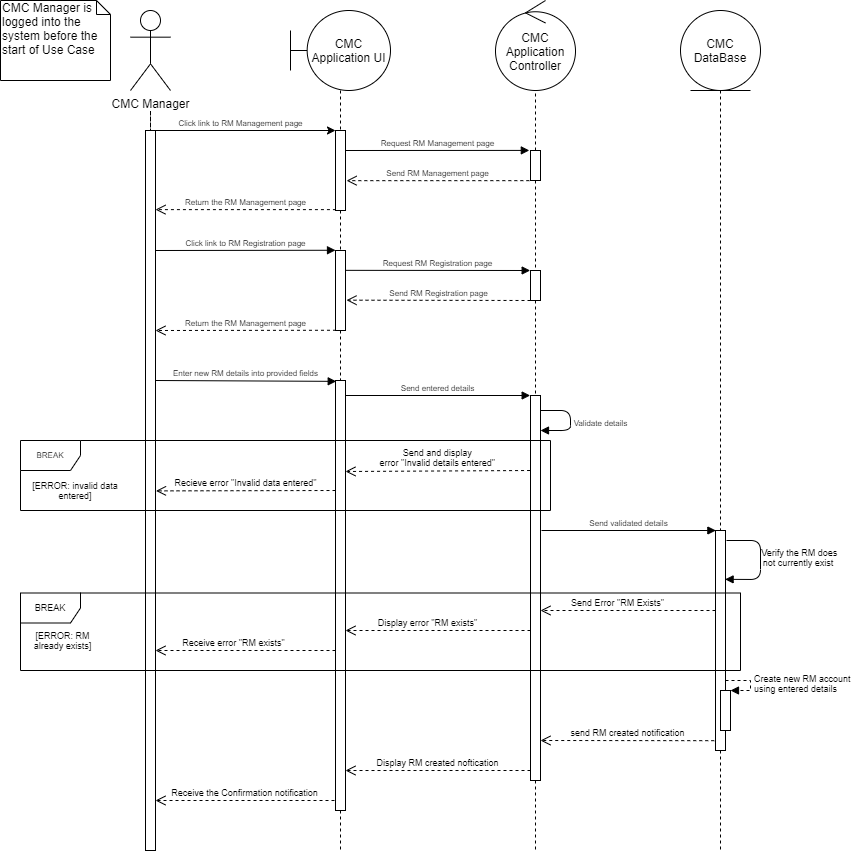
MikhailFedulov/31257_G3 keeps this draw.io diagram as images/Use_Case_303_Sequence_Diagram.png. Above is the earlier version. Source tidied: cells renumbered, new cells last; positions are measured from the earlier drawing's top-left corner, leaving out a move shared by most shapes. The source it was exported from:
```xml
<mxGraphModel background="#ffffff">
  <root>
    <mxCell id="0" />
    <mxCell id="1" parent="0" />
    <mxCell id="2" style="edgeStyle=orthogonalEdgeStyle;rounded=0;jettySize=auto;html=1;endArrow=none;endFill=0;dashed=1;" parent="1" edge="1" target="6">
      <mxGeometry relative="1" as="geometry">
        <mxPoint x="150" y="110" as="sourcePoint" />
      </mxGeometry>
    </mxCell>
    <mxCell id="3" value="CMC Manager" style="shape=umlActor;verticalLabelPosition=bottom;labelBackgroundColor=#ffffff;verticalAlign=top;html=1;" parent="1" vertex="1">
      <mxGeometry x="130" y="10" width="40" height="80" as="geometry" />
    </mxCell>
    <mxCell id="4" style="edgeStyle=orthogonalEdgeStyle;rounded=0;jettySize=auto;html=1;dashed=1;endArrow=none;endFill=0;" parent="1" edge="1" source="5" target="8">
      <mxGeometry relative="1" as="geometry" />
    </mxCell>
    <mxCell id="5" value="CMC Application UI" style="shape=umlBoundary;whiteSpace=wrap;html=1;" parent="1" vertex="1">
      <mxGeometry x="290" y="10" width="100" height="80" as="geometry" />
    </mxCell>
    <mxCell id="6" style="html=1;points=[];perimeter=orthogonalPerimeter;" parent="1" vertex="1">
      <mxGeometry x="145" y="130" width="10" height="720" as="geometry" />
    </mxCell>
    <mxCell id="7" style="edgeStyle=orthogonalEdgeStyle;rounded=0;jettySize=auto;html=1;endArrow=none;endFill=0;fontSize=8;dashed=1;" parent="1" edge="1" source="8" target="10">
      <mxGeometry relative="1" as="geometry" />
    </mxCell>
    <mxCell id="8" style="html=1;points=[];perimeter=orthogonalPerimeter;" parent="1" vertex="1">
      <mxGeometry x="335" y="130" width="10" height="80" as="geometry" />
    </mxCell>
    <mxCell id="9" style="edgeStyle=orthogonalEdgeStyle;rounded=0;jettySize=auto;html=1;endArrow=none;endFill=0;fontSize=8;dashed=1;" parent="1" edge="1" source="10" target="12">
      <mxGeometry relative="1" as="geometry" />
    </mxCell>
    <mxCell id="10" style="html=1;points=[];perimeter=orthogonalPerimeter;" parent="1" vertex="1">
      <mxGeometry x="335" y="250" width="10" height="80" as="geometry" />
    </mxCell>
    <mxCell id="11" style="edgeStyle=orthogonalEdgeStyle;rounded=0;jettySize=auto;html=1;dashed=1;endArrow=none;endFill=0;fontSize=9;" parent="1" edge="1" source="12">
      <mxGeometry relative="1" as="geometry">
        <mxPoint x="340" y="850" as="targetPoint" />
      </mxGeometry>
    </mxCell>
    <mxCell id="12" style="html=1;points=[];perimeter=orthogonalPerimeter;" parent="1" vertex="1">
      <mxGeometry x="335" y="380" width="10" height="430" as="geometry" />
    </mxCell>
    <mxCell id="13" style="endArrow=classic;html=1;exitX=0.958;exitY=0;exitDx=0;exitDy=0;exitPerimeter=0;" parent="1" edge="1" source="6">
      <mxGeometry relative="1" as="geometry">
        <mxPoint x="335" y="130" as="targetPoint" />
      </mxGeometry>
    </mxCell>
    <mxCell id="14" value="CMC Manager is logged into the system before the start of Use Case" style="shape=note;whiteSpace=wrap;html=1;size=14;verticalAlign=top;align=left;spacingTop=-6;" parent="1" vertex="1">
      <mxGeometry width="110" height="80" as="geometry" />
    </mxCell>
    <mxCell id="15" value="Click link to RM Management page" style="text;html=1;align=center;verticalAlign=middle;fontSize=8;" parent="1" vertex="1">
      <mxGeometry x="170" y="113" width="140" height="20" as="geometry" />
    </mxCell>
    <mxCell id="16" value="Return the RM Management page" style="html=1;verticalAlign=bottom;endArrow=open;dashed=1;endSize=8;fontSize=8;exitX=0.043;exitY=0.989;exitDx=0;exitDy=0;exitPerimeter=0;" parent="1" edge="1" source="8" target="6">
      <mxGeometry relative="1" as="geometry" />
    </mxCell>
    <mxCell id="17" value="Click link to RM Registration page" style="html=1;verticalAlign=bottom;endArrow=block;fontSize=8;entryX=0;entryY=-0.003;entryDx=0;entryDy=0;entryPerimeter=0;" parent="1" edge="1" target="10">
      <mxGeometry relative="1" as="geometry">
        <mxPoint x="155" y="250" as="sourcePoint" />
      </mxGeometry>
    </mxCell>
    <mxCell id="18" value="Return the RM Management page" style="html=1;verticalAlign=bottom;endArrow=open;dashed=1;endSize=8;fontSize=8;exitX=0.048;exitY=0.997;exitDx=0;exitDy=0;exitPerimeter=0;" parent="1" edge="1" source="10">
      <mxGeometry relative="1" as="geometry">
        <mxPoint x="155" y="330" as="targetPoint" />
      </mxGeometry>
    </mxCell>
    <mxCell id="19" value="&lt;font style=&quot;font-size: 12px&quot;&gt;CMC Application Controller&lt;/font&gt;" style="ellipse;shape=umlControl;whiteSpace=wrap;html=1;fontSize=8;" parent="1" vertex="1">
      <mxGeometry x="495" width="80" height="90" as="geometry" />
    </mxCell>
    <mxCell id="20" style="edgeStyle=orthogonalEdgeStyle;rounded=0;jettySize=auto;html=1;dashed=1;endArrow=none;endFill=0;fontSize=8;" parent="1" edge="1" source="22" target="19">
      <mxGeometry relative="1" as="geometry" />
    </mxCell>
    <mxCell id="21" style="edgeStyle=orthogonalEdgeStyle;rounded=0;jettySize=auto;html=1;endArrow=none;endFill=0;fontSize=8;dashed=1;" parent="1" edge="1" source="22" target="24">
      <mxGeometry relative="1" as="geometry" />
    </mxCell>
    <mxCell id="22" style="html=1;points=[];perimeter=orthogonalPerimeter;fontSize=8;" parent="1" vertex="1">
      <mxGeometry x="530" y="150" width="10" height="30" as="geometry" />
    </mxCell>
    <mxCell id="23" style="edgeStyle=orthogonalEdgeStyle;rounded=0;jettySize=auto;html=1;dashed=1;endArrow=none;endFill=0;fontSize=8;" parent="1" edge="1" source="24" target="26">
      <mxGeometry relative="1" as="geometry" />
    </mxCell>
    <mxCell id="24" style="html=1;points=[];perimeter=orthogonalPerimeter;fontSize=8;" parent="1" vertex="1">
      <mxGeometry x="530" y="270" width="10" height="30" as="geometry" />
    </mxCell>
    <mxCell id="25" style="edgeStyle=orthogonalEdgeStyle;rounded=0;jettySize=auto;html=1;dashed=1;endArrow=none;endFill=0;fontSize=9;" parent="1" edge="1" source="26">
      <mxGeometry relative="1" as="geometry">
        <mxPoint x="535" y="850" as="targetPoint" />
      </mxGeometry>
    </mxCell>
    <mxCell id="26" style="html=1;points=[];perimeter=orthogonalPerimeter;fontSize=8;" parent="1" vertex="1">
      <mxGeometry x="530" y="395" width="10" height="385" as="geometry" />
    </mxCell>
    <mxCell id="27" value="Request RM Management page" style="html=1;verticalAlign=bottom;endArrow=block;fontSize=8;entryX=-0.117;entryY=-0.003;entryDx=0;entryDy=0;entryPerimeter=0;" parent="1" edge="1" target="22">
      <mxGeometry relative="1" as="geometry">
        <mxPoint x="345" y="150" as="sourcePoint" />
      </mxGeometry>
    </mxCell>
    <mxCell id="28" value="Send RM Management page" style="html=1;verticalAlign=bottom;endArrow=open;dashed=1;endSize=8;fontSize=8;exitX=-0.117;exitY=1.005;exitDx=0;exitDy=0;exitPerimeter=0;entryX=1.107;entryY=0.627;entryDx=0;entryDy=0;entryPerimeter=0;" parent="1" edge="1" source="22" target="8">
      <mxGeometry relative="1" as="geometry" />
    </mxCell>
    <mxCell id="29" value="Request RM Registration page" style="html=1;verticalAlign=bottom;endArrow=block;fontSize=8;entryX=-0.033;entryY=0;entryDx=0;entryDy=0;entryPerimeter=0;exitX=0.985;exitY=0.248;exitDx=0;exitDy=0;exitPerimeter=0;" parent="1" edge="1" source="10" target="24">
      <mxGeometry relative="1" as="geometry" />
    </mxCell>
    <mxCell id="30" value="Send RM Registration page" style="html=1;verticalAlign=bottom;endArrow=open;dashed=1;endSize=8;fontSize=8;entryX=1.1;entryY=0.621;entryDx=0;entryDy=0;entryPerimeter=0;exitX=0;exitY=1;exitDx=0;exitDy=0;exitPerimeter=0;" parent="1" edge="1" source="24" target="10">
      <mxGeometry relative="1" as="geometry" />
    </mxCell>
    <mxCell id="31" value="Enter new RM details into provided fields" style="html=1;verticalAlign=bottom;endArrow=block;fontSize=8;entryX=0.072;entryY=0.002;entryDx=0;entryDy=0;entryPerimeter=0;" parent="1" edge="1" target="12">
      <mxGeometry relative="1" as="geometry">
        <mxPoint x="155" y="380" as="sourcePoint" />
      </mxGeometry>
    </mxCell>
    <mxCell id="32" style="edgeStyle=orthogonalEdgeStyle;rounded=0;jettySize=auto;html=1;dashed=1;endArrow=none;endFill=0;fontSize=8;" parent="1" edge="1" source="33" target="35">
      <mxGeometry relative="1" as="geometry" />
    </mxCell>
    <mxCell id="33" value="&lt;font style=&quot;font-size: 12px&quot;&gt;CMC DataBase&lt;/font&gt;" style="ellipse;shape=umlEntity;whiteSpace=wrap;html=1;fontSize=8;" parent="1" vertex="1">
      <mxGeometry x="680" y="10" width="80" height="80" as="geometry" />
    </mxCell>
    <mxCell id="34" style="edgeStyle=orthogonalEdgeStyle;rounded=0;jettySize=auto;html=1;dashed=1;endArrow=none;endFill=0;fontSize=9;" parent="1" edge="1" source="35">
      <mxGeometry relative="1" as="geometry">
        <mxPoint x="720" y="850" as="targetPoint" />
      </mxGeometry>
    </mxCell>
    <mxCell id="35" style="html=1;points=[];perimeter=orthogonalPerimeter;fontSize=8;" parent="1" vertex="1">
      <mxGeometry x="715" y="530" width="10" height="220" as="geometry" />
    </mxCell>
    <mxCell id="36" value="Send entered details" style="html=1;verticalAlign=bottom;endArrow=block;fontSize=8;entryX=-0.033;entryY=0;entryDx=0;entryDy=0;entryPerimeter=0;" parent="1" edge="1" target="26">
      <mxGeometry relative="1" as="geometry">
        <mxPoint x="345" y="395" as="sourcePoint" />
      </mxGeometry>
    </mxCell>
    <mxCell id="37" value="Validate details" style="html=1;verticalAlign=bottom;endArrow=block;fontSize=8;" parent="1" edge="1" source="26" target="26">
      <mxGeometry x="0.25" y="-30" relative="1" as="geometry">
        <Array as="points">
          <mxPoint x="570" y="410" />
          <mxPoint x="570" y="430" />
        </Array>
        <mxPoint x="30" y="30" as="offset" />
      </mxGeometry>
    </mxCell>
    <mxCell id="38" value="BREAK" style="shape=umlFrame;whiteSpace=wrap;html=1;fontSize=8;" parent="1" vertex="1">
      <mxGeometry x="20" y="440" width="530" height="70" as="geometry" />
    </mxCell>
    <mxCell id="39" value="[ERROR: invalid data entered]" style="text;html=1;strokeColor=none;fillColor=none;align=center;verticalAlign=middle;whiteSpace=wrap;rounded=0;fontSize=9;" parent="1" vertex="1">
      <mxGeometry x="30" y="480" width="90" height="20" as="geometry" />
    </mxCell>
    <mxCell id="40" value="&lt;span style=&quot;font-size: 8px&quot;&gt;Send validated details&lt;/span&gt;" style="html=1;verticalAlign=bottom;endArrow=block;fontSize=9;entryX=0.037;entryY=0;entryDx=0;entryDy=0;entryPerimeter=0;" parent="1" edge="1" target="35">
      <mxGeometry relative="1" as="geometry">
        <mxPoint x="541" y="530" as="sourcePoint" />
      </mxGeometry>
    </mxCell>
    <mxCell id="41" value="Verify the RM does &lt;br&gt;not currently exist&amp;nbsp;&amp;nbsp;" style="html=1;verticalAlign=bottom;endArrow=block;fontSize=9;entryX=0.961;entryY=0.222;entryDx=0;entryDy=0;entryPerimeter=0;" parent="1" edge="1" target="35">
      <mxGeometry x="0.35" y="-41" relative="1" as="geometry">
        <mxPoint x="726" y="540" as="sourcePoint" />
        <Array as="points">
          <mxPoint x="760" y="540" />
          <mxPoint x="760" y="579" />
        </Array>
        <mxPoint x="40" y="32" as="offset" />
      </mxGeometry>
    </mxCell>
    <mxCell id="42" value="BREAK" style="shape=umlFrame;whiteSpace=wrap;html=1;fontSize=9;" parent="1" vertex="1">
      <mxGeometry x="20" y="592.5" width="720" height="77.5" as="geometry" />
    </mxCell>
    <mxCell id="43" value="Recieve error &quot;Invalid data entered&quot;" style="html=1;verticalAlign=bottom;endArrow=open;dashed=1;endSize=8;fontSize=9;exitX=-0.063;exitY=0.933;exitDx=0;exitDy=0;exitPerimeter=0;entryX=0.986;entryY=0.943;entryDx=0;entryDy=0;entryPerimeter=0;" parent="1" edge="1">
      <mxGeometry relative="1" as="geometry">
        <mxPoint x="335" y="490" as="sourcePoint" />
        <mxPoint x="155.5" y="490.4" as="targetPoint" />
      </mxGeometry>
    </mxCell>
    <mxCell id="44" value="&lt;font style=&quot;font-size: 9px&quot;&gt;Send and display &lt;br&gt;error &quot;Invalid details entered&quot;&amp;nbsp;&lt;/font&gt;" style="html=1;verticalAlign=bottom;endArrow=open;dashed=1;endSize=8;fontSize=7;exitX=-0.017;exitY=0.947;exitDx=0;exitDy=0;exitPerimeter=0;entryX=1.028;entryY=0.914;entryDx=0;entryDy=0;entryPerimeter=0;" parent="1" edge="1">
      <mxGeometry relative="1" as="geometry">
        <mxPoint x="529.5" y="470" as="sourcePoint" />
        <mxPoint x="345" y="471" as="targetPoint" />
      </mxGeometry>
    </mxCell>
    <mxCell id="45" value="Send Error &quot;RM Exists&quot;" style="html=1;verticalAlign=bottom;endArrow=open;dashed=1;endSize=8;fontSize=9;" parent="1" edge="1">
      <mxGeometry x="0.12" relative="1" as="geometry">
        <mxPoint x="715" y="610" as="sourcePoint" />
        <mxPoint x="540" y="610" as="targetPoint" />
      </mxGeometry>
    </mxCell>
    <mxCell id="46" value="Display error &quot;RM exists&quot;" style="html=1;verticalAlign=bottom;endArrow=open;dashed=1;endSize=8;fontSize=9;" parent="1" edge="1">
      <mxGeometry x="0.12" relative="1" as="geometry">
        <mxPoint x="530" y="630" as="sourcePoint" />
        <mxPoint x="345" y="630" as="targetPoint" />
      </mxGeometry>
    </mxCell>
    <mxCell id="47" value="Receive error &quot;RM exists&quot;" style="html=1;verticalAlign=bottom;endArrow=open;dashed=1;endSize=8;fontSize=9;" parent="1" edge="1">
      <mxGeometry x="0.12" relative="1" as="geometry">
        <mxPoint x="335" y="650" as="sourcePoint" />
        <mxPoint x="155" y="650" as="targetPoint" />
      </mxGeometry>
    </mxCell>
    <mxCell id="48" value="send RM created notification" style="html=1;verticalAlign=bottom;endArrow=open;dashed=1;endSize=8;fontSize=9;entryX=1.025;entryY=-0.006;entryDx=0;entryDy=0;entryPerimeter=0;" parent="1" edge="1">
      <mxGeometry relative="1" as="geometry">
        <mxPoint x="713.8" y="740.2" as="sourcePoint" />
        <mxPoint x="540" y="740" as="targetPoint" />
      </mxGeometry>
    </mxCell>
    <mxCell id="49" value="Display RM created noftication" style="html=1;verticalAlign=bottom;endArrow=open;dashed=1;endSize=8;fontSize=9;exitX=0;exitY=0.333;exitDx=0;exitDy=0;exitPerimeter=0;" parent="1" edge="1">
      <mxGeometry relative="1" as="geometry">
        <mxPoint x="530" y="770" as="sourcePoint" />
        <mxPoint x="345" y="770" as="targetPoint" />
      </mxGeometry>
    </mxCell>
    <mxCell id="50" value="Receive the Confirmation notification" style="html=1;verticalAlign=bottom;endArrow=open;dashed=1;endSize=8;fontSize=9;" parent="1" edge="1">
      <mxGeometry relative="1" as="geometry">
        <mxPoint x="334" y="800" as="sourcePoint" />
        <mxPoint x="155" y="800" as="targetPoint" />
      </mxGeometry>
    </mxCell>
    <mxCell id="51" value="[ERROR: RM already exists]" style="text;html=1;strokeColor=none;fillColor=none;align=center;verticalAlign=middle;whiteSpace=wrap;rounded=0;fontSize=9;" parent="1" vertex="1">
      <mxGeometry x="20" y="630" width="85" height="20" as="geometry" />
    </mxCell>
    <mxCell id="52" style="edgeStyle=orthogonalEdgeStyle;rounded=0;orthogonalLoop=1;jettySize=auto;html=1;exitX=0.5;exitY=1;exitDx=0;exitDy=0;dashed=1;endArrow=none;endFill=0;fontSize=9;" parent="1" edge="1" source="51" target="51">
      <mxGeometry relative="1" as="geometry" />
    </mxCell>
    <mxCell id="53" style="html=1;points=[];perimeter=orthogonalPerimeter;fontSize=9;" parent="1" vertex="1">
      <mxGeometry x="720" y="690" width="10" height="40" as="geometry" />
    </mxCell>
    <mxCell id="54" value="&lt;span style=&quot;text-align: center&quot;&gt;Create new RM account&amp;nbsp;&lt;/span&gt;&lt;br style=&quot;text-align: center&quot;&gt;&lt;span style=&quot;text-align: center&quot;&gt;using entered details&amp;nbsp;&lt;/span&gt;" style="edgeStyle=orthogonalEdgeStyle;html=1;align=left;spacingLeft=2;endArrow=block;rounded=0;entryX=1;entryY=0;dashed=1;fontSize=9;" parent="1" edge="1" target="53">
      <mxGeometry relative="1" as="geometry">
        <mxPoint x="725" y="680" as="sourcePoint" />
        <Array as="points">
          <mxPoint x="750" y="680" />
        </Array>
      </mxGeometry>
    </mxCell>
  </root>
</mxGraphModel>
```
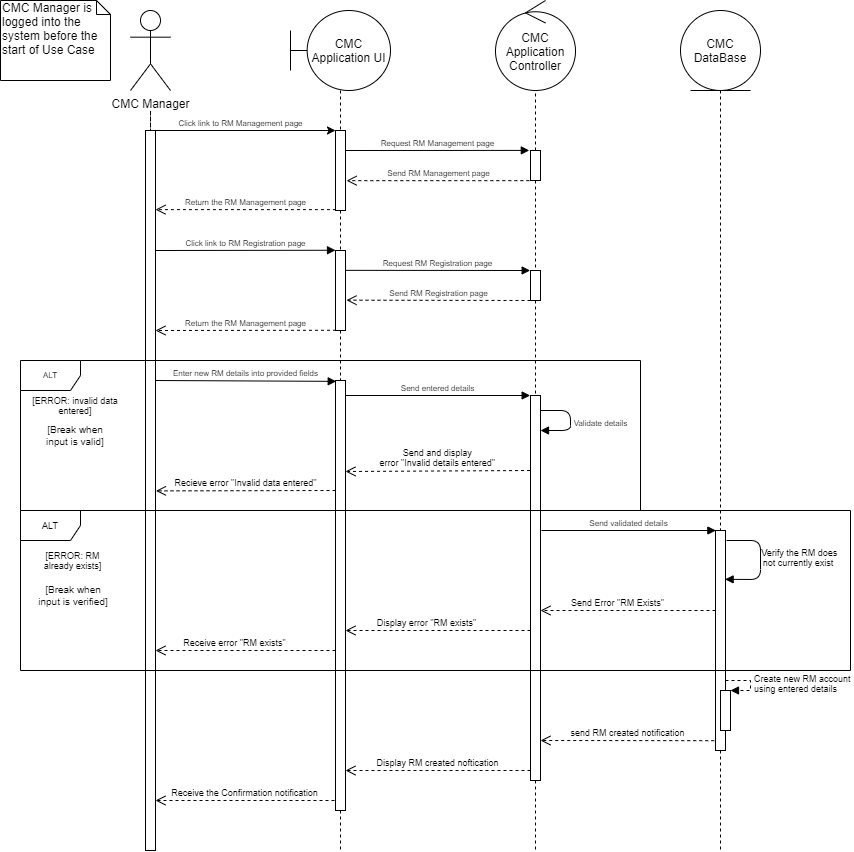
Above is the later version.

Commit message:
change to sequence diagram 303

Diff of the diagram source:
```diff
@@ -136,11 +136,11 @@
         <mxPoint x="30" y="30" as="offset" />
       </mxGeometry>
     </mxCell>
-    <mxCell id="38" value="BREAK" style="shape=umlFrame;whiteSpace=wrap;html=1;fontSize=8;" parent="1" vertex="1">
-      <mxGeometry x="20" y="440" width="530" height="70" as="geometry" />
+    <mxCell id="38" value="ALT" style="shape=umlFrame;whiteSpace=wrap;html=1;fontSize=8;" parent="1" vertex="1">
+      <mxGeometry x="20" y="360" width="620" height="150" as="geometry" />
     </mxCell>
     <mxCell id="39" value="[ERROR: invalid data entered]" style="text;html=1;strokeColor=none;fillColor=none;align=center;verticalAlign=middle;whiteSpace=wrap;rounded=0;fontSize=9;" parent="1" vertex="1">
-      <mxGeometry x="30" y="480" width="90" height="20" as="geometry" />
+      <mxGeometry x="30" y="395" width="90" height="20" as="geometry" />
     </mxCell>
     <mxCell id="40" value="&lt;span style=&quot;font-size: 8px&quot;&gt;Send validated details&lt;/span&gt;" style="html=1;verticalAlign=bottom;endArrow=block;fontSize=9;entryX=0.037;entryY=0;entryDx=0;entryDy=0;entryPerimeter=0;" parent="1" edge="1" target="35">
       <mxGeometry relative="1" as="geometry">
@@ -157,8 +157,8 @@
         <mxPoint x="40" y="32" as="offset" />
       </mxGeometry>
     </mxCell>
-    <mxCell id="42" value="BREAK" style="shape=umlFrame;whiteSpace=wrap;html=1;fontSize=9;" parent="1" vertex="1">
-      <mxGeometry x="20" y="592.5" width="720" height="77.5" as="geometry" />
+    <mxCell id="42" value="ALT" style="shape=umlFrame;whiteSpace=wrap;html=1;fontSize=9;" parent="1" vertex="1">
+      <mxGeometry x="20" y="510" width="830" height="160" as="geometry" />
     </mxCell>
     <mxCell id="43" value="Recieve error &quot;Invalid data entered&quot;" style="html=1;verticalAlign=bottom;endArrow=open;dashed=1;endSize=8;fontSize=9;exitX=-0.063;exitY=0.933;exitDx=0;exitDy=0;exitPerimeter=0;entryX=0.986;entryY=0.943;entryDx=0;entryDy=0;entryPerimeter=0;" parent="1" edge="1">
       <mxGeometry relative="1" as="geometry">
@@ -209,7 +209,7 @@
       </mxGeometry>
     </mxCell>
     <mxCell id="51" value="[ERROR: RM already exists]" style="text;html=1;strokeColor=none;fillColor=none;align=center;verticalAlign=middle;whiteSpace=wrap;rounded=0;fontSize=9;" parent="1" vertex="1">
-      <mxGeometry x="20" y="630" width="85" height="20" as="geometry" />
+      <mxGeometry x="30" y="550" width="85" height="20" as="geometry" />
     </mxCell>
     <mxCell id="52" style="edgeStyle=orthogonalEdgeStyle;rounded=0;orthogonalLoop=1;jettySize=auto;html=1;exitX=0.5;exitY=1;exitDx=0;exitDy=0;dashed=1;endArrow=none;endFill=0;fontSize=9;" parent="1" edge="1" source="51" target="51">
       <mxGeometry relative="1" as="geometry" />
@@ -225,5 +225,11 @@
         </Array>
       </mxGeometry>
     </mxCell>
+    <mxCell id="55" value="[Break when input is valid]" style="text;html=1;strokeColor=none;fillColor=none;align=center;verticalAlign=middle;whiteSpace=wrap;rounded=0;fontSize=10;" parent="1" vertex="1">
+      <mxGeometry x="35" y="425" width="80" height="20" as="geometry" />
+    </mxCell>
+    <mxCell id="56" value="[Break when input is verified]" style="text;html=1;strokeColor=none;fillColor=none;align=center;verticalAlign=middle;whiteSpace=wrap;rounded=0;fontSize=10;" parent="1" vertex="1">
+      <mxGeometry x="32.5" y="585" width="80" height="20" as="geometry" />
+    </mxCell>
   </root>
 </mxGraphModel>
```
